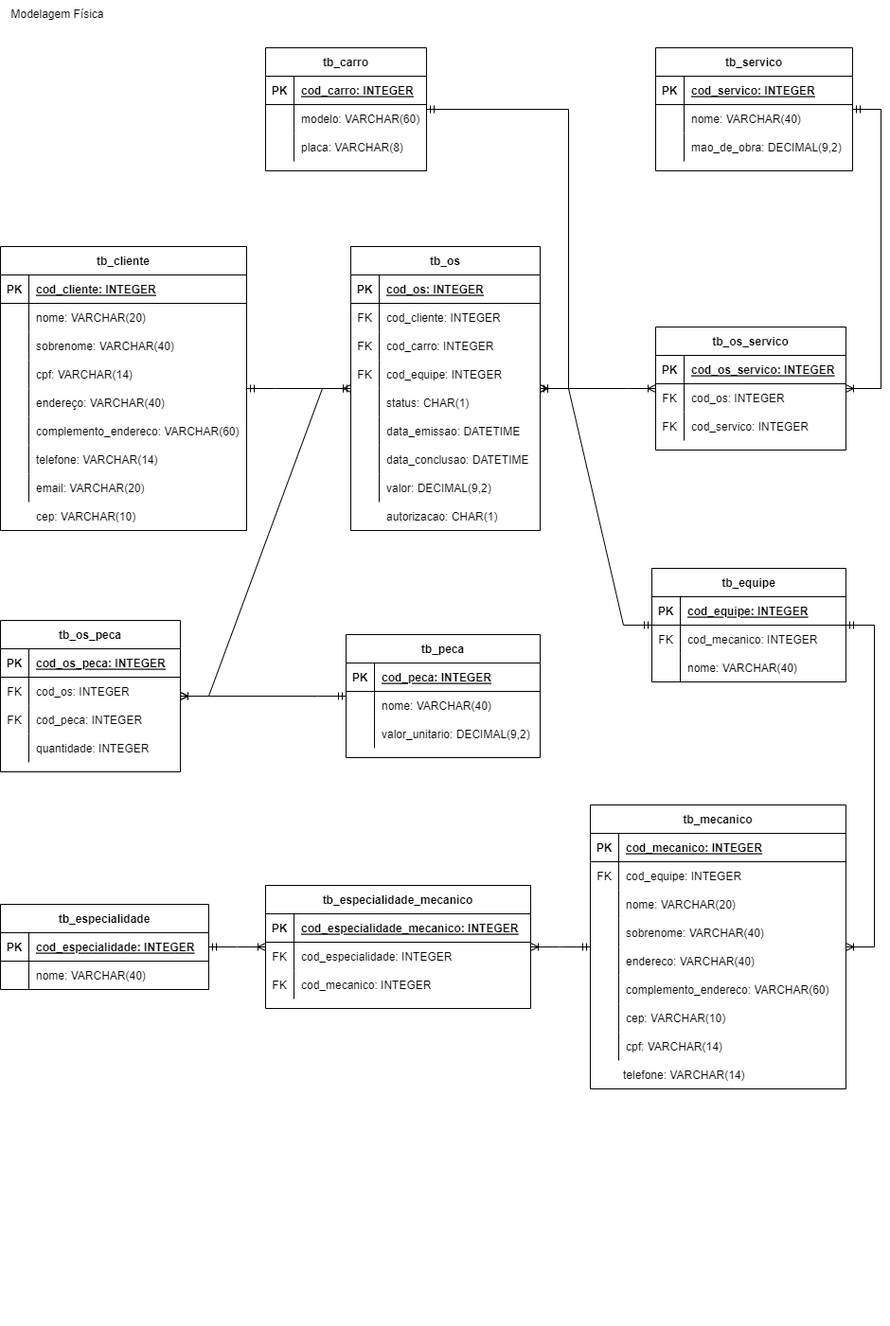
The draw.io diagram Banco de Dados/Projeto/Fluxogramas/Modelo Físico.png in Texugo-928/ADA, before a commit. Source tidied: cells renumbered, new cells last; positions are measured from the earlier drawing's top-left corner, leaving out a move shared by most shapes.
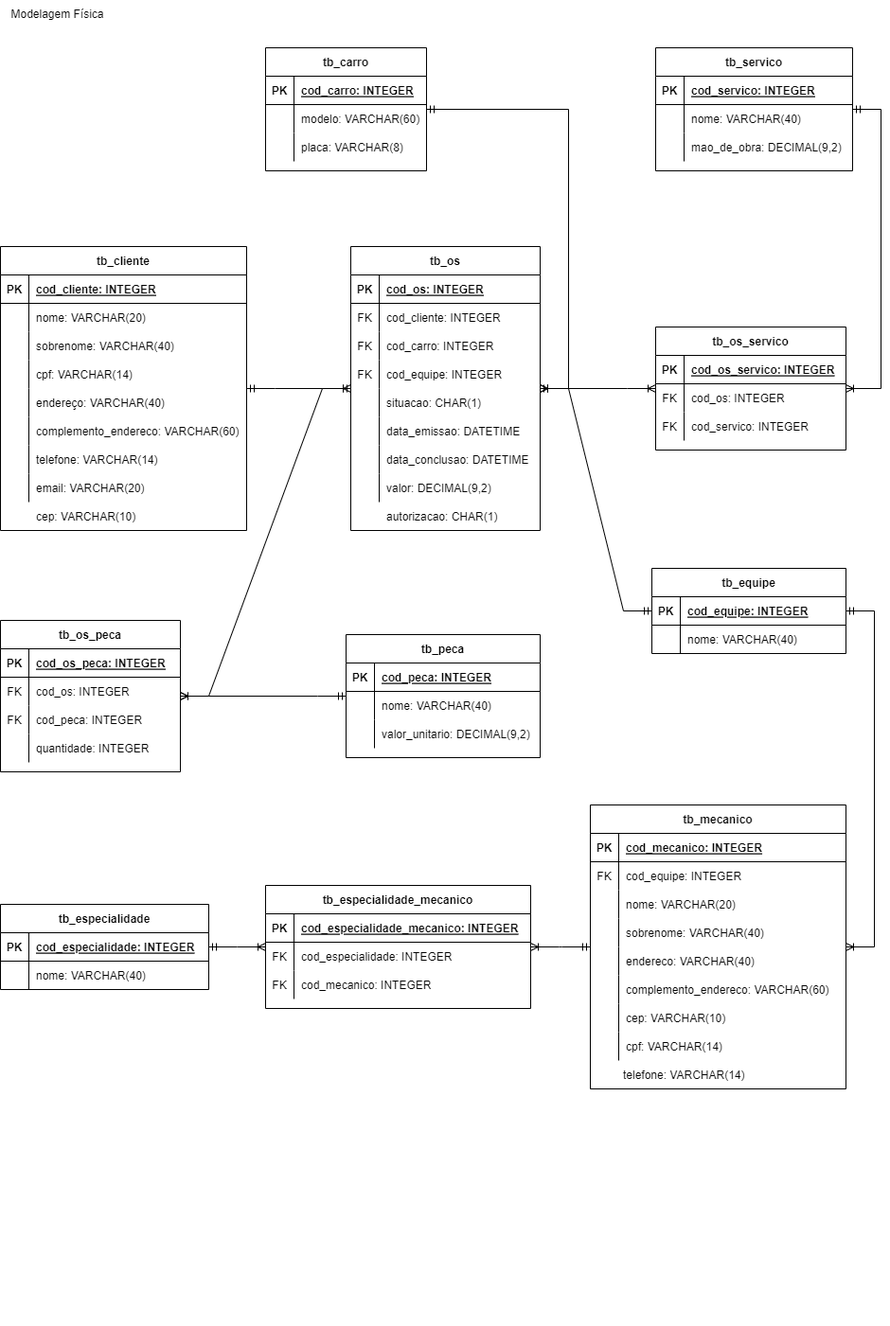
After the change.

What changed in the source:
```diff
@@ -287,7 +287,7 @@
     <mxCell id="96" style="shape=partialRectangle;fillColor=none;top=0;left=0;bottom=0;right=0;overflow=hidden;" parent="95" vertex="1">
       <mxGeometry width="30" height="30" as="geometry" />
     </mxCell>
-    <mxCell id="97" value="status: CHAR(1)" style="shape=partialRectangle;fillColor=none;top=0;left=0;bottom=0;right=0;align=left;spacingLeft=6;overflow=hidden;" parent="95" vertex="1">
+    <mxCell id="97" value="situacao: CHAR(1)" style="shape=partialRectangle;fillColor=none;top=0;left=0;bottom=0;right=0;align=left;spacingLeft=6;overflow=hidden;" parent="95" vertex="1">
       <mxGeometry x="30" width="170" height="30" as="geometry" />
     </mxCell>
     <mxCell id="98" style="shape=tableRow;horizontal=0;startSize=0;swimlaneHead=0;swimlaneBody=0;fillColor=none;top=0;left=0;right=0;bottom=0;" parent="82" vertex="1">
@@ -318,7 +318,7 @@
       <mxGeometry x="30" width="170" height="30" as="geometry" />
     </mxCell>
     <mxCell id="107" value="tb_equipe" style="shape=table;startSize=30;rowLines=0;fontStyle=1;align=center;" parent="1" vertex="1">
-      <mxGeometry x="688" y="600" width="205" height="120" as="geometry" />
+      <mxGeometry x="688" y="600" width="205" height="90" as="geometry" />
     </mxCell>
     <mxCell id="108" style="shape=tableRow;horizontal=0;startSize=0;swimlaneHead=0;swimlaneBody=0;fillColor=none;top=0;left=0;right=0;bottom=1;" parent="107" vertex="1">
       <mxGeometry y="30" width="205" height="30" as="geometry" />
@@ -332,21 +332,12 @@
     <mxCell id="111" style="shape=tableRow;horizontal=0;startSize=0;swimlaneHead=0;swimlaneBody=0;fillColor=none;top=0;left=0;right=0;bottom=0;" parent="107" vertex="1">
       <mxGeometry y="60" width="205" height="30" as="geometry" />
     </mxCell>
-    <mxCell id="112" value="FK" style="shape=partialRectangle;fillColor=none;top=0;left=0;bottom=0;right=0;overflow=hidden;" parent="111" vertex="1">
+    <mxCell id="112" style="shape=partialRectangle;fillColor=none;top=0;left=0;bottom=0;right=0;overflow=hidden;" parent="111" vertex="1">
       <mxGeometry width="30" height="30" as="geometry" />
     </mxCell>
-    <mxCell id="113" value="cod_mecanico: INTEGER" style="shape=partialRectangle;fillColor=none;top=0;left=0;bottom=0;right=0;align=left;spacingLeft=6;overflow=hidden;" parent="111" vertex="1">
+    <mxCell id="113" value="nome: VARCHAR(40)" style="shape=partialRectangle;fillColor=none;top=0;left=0;bottom=0;right=0;align=left;spacingLeft=6;overflow=hidden;" parent="111" vertex="1">
       <mxGeometry x="30" width="175" height="30" as="geometry" />
     </mxCell>
-    <mxCell id="114" style="shape=tableRow;horizontal=0;startSize=0;swimlaneHead=0;swimlaneBody=0;fillColor=none;top=0;left=0;right=0;bottom=0;" parent="107" vertex="1">
-      <mxGeometry y="90" width="205" height="30" as="geometry" />
-    </mxCell>
-    <mxCell id="115" style="shape=partialRectangle;fillColor=none;top=0;left=0;bottom=0;right=0;overflow=hidden;" parent="114" vertex="1">
-      <mxGeometry width="30" height="30" as="geometry" />
-    </mxCell>
-    <mxCell id="116" value="nome: VARCHAR(40)" style="shape=partialRectangle;fillColor=none;top=0;left=0;bottom=0;right=0;align=left;spacingLeft=6;overflow=hidden;" parent="114" vertex="1">
-      <mxGeometry x="30" width="175" height="30" as="geometry" />
-    </mxCell>
     <mxCell id="117" value="tb_mecanico" style="shape=table;startSize=30;rowLines=0;fontStyle=1;align=center;" parent="1" vertex="1">
       <mxGeometry x="623" y="850" width="270" height="300" as="geometry" />
     </mxCell>
```
